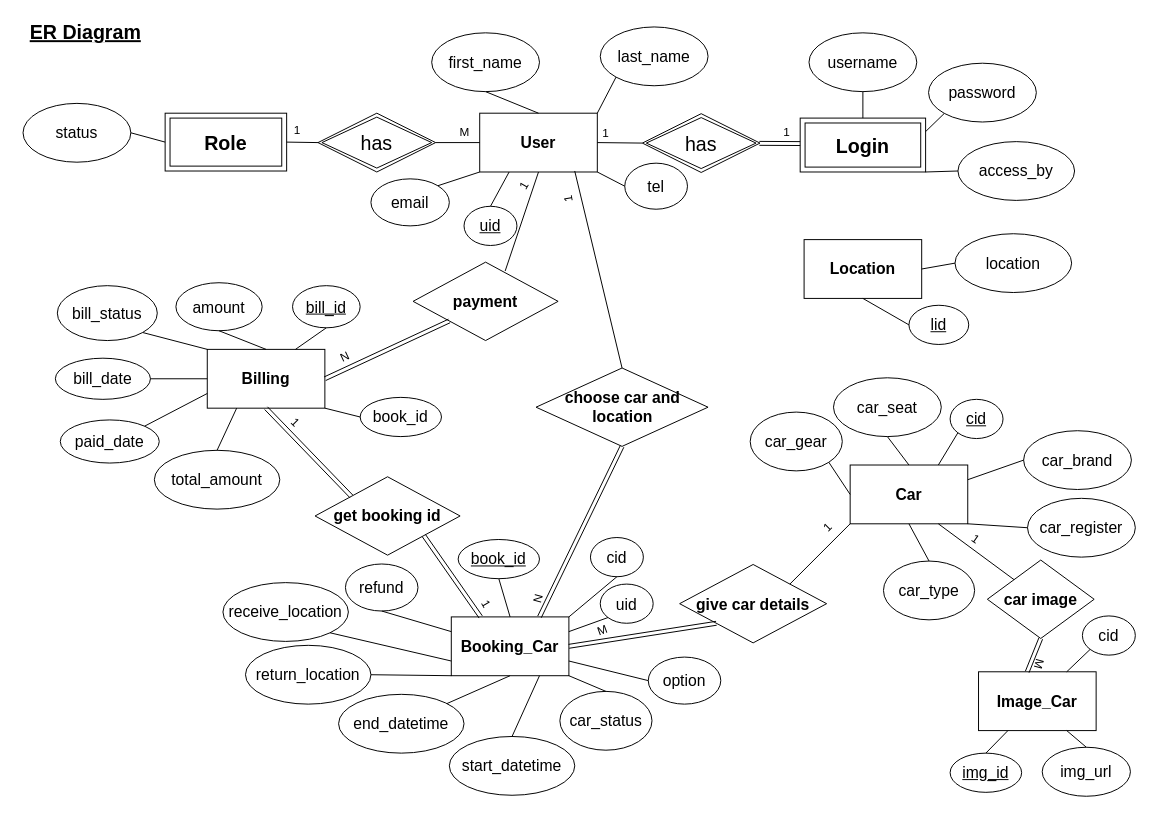
The draw.io diagram page "ER Diagram" (1 of 4) of Online_Car_Rental_System.drawio in Werayootk/Online_Car_Rental_System, before the edit. Source tidied: cells renumbered, new cells numbered last; positions are measured from the earlier drawing's top-left corner, leaving out a move shared by most shapes. Both pictures are drawn from the tidied source at 98%, with x=0, y=0 at pixel (17, 17).
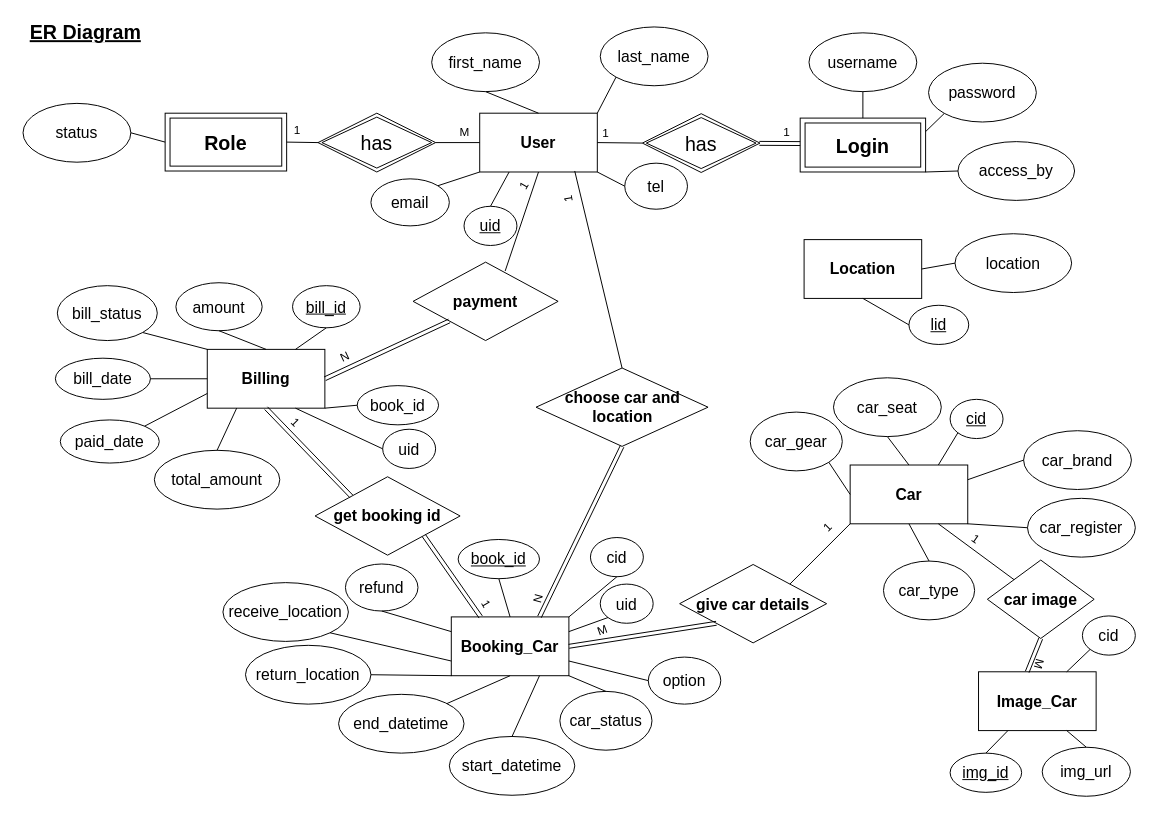
The same diagram, later.

The change refers to these unchanged cells:
```xml
<mxCell id="40" value="&lt;b&gt;Billing&lt;br&gt;&lt;/b&gt;" style="rounded=0;whiteSpace=wrap;html=1;labelBorderColor=none;fontSize=16;fontColor=#000000;strokeColor=#000000;fillColor=none;" parent="1" vertex="1">
  <mxGeometry x="194" y="339" width="120" height="60" as="geometry" />
</mxCell>
```

The edit, as a diff of the source:
```diff
@@
     <mxCell id="57" value="book_id" style="ellipse;whiteSpace=wrap;html=1;labelBorderColor=none;fontSize=16;fontColor=#000000;strokeColor=#000000;fillColor=none;" parent="1" vertex="1">
-      <mxGeometry x="350" y="388" width="83" height="40" as="geometry" />
+      <mxGeometry x="347" y="376" width="83" height="40" as="geometry" />
     </mxCell>
@@
+    <mxCell id="121" value="uid" style="ellipse;whiteSpace=wrap;html=1;labelBorderColor=none;fontSize=16;fontColor=#000000;strokeColor=#000000;fillColor=none;" parent="1" vertex="1">
+      <mxGeometry x="373" y="420.5" width="54" height="40" as="geometry" />
+    </mxCell>
+    <mxCell id="122" style="endArrow=none;html=1;rounded=0;fontSize=16;fontColor=#000000;entryX=0;entryY=0.5;entryDx=0;entryDy=0;exitX=0.75;exitY=1;exitDx=0;exitDy=0;" parent="1" edge="1" source="40" target="121">
+      <mxGeometry relative="1" as="geometry" />
+    </mxCell>
```
